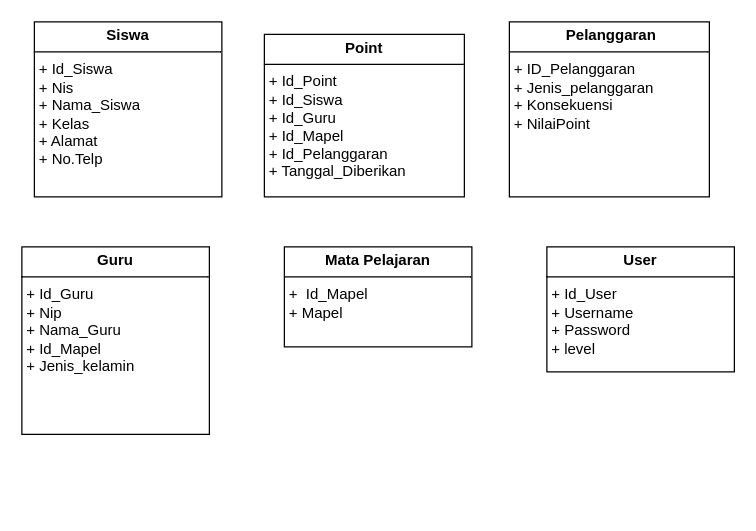
Earlier version of the draw.io diagram page "Halaman-3" (3 of 4) of Diagram Tanpa Judul.drawio (Rahadirahman21/Rahadirahman21.github.io). Source tidied: cells renumbered, new cells numbered last; positions are measured from the earlier drawing's top-left corner, leaving out a move shared by most shapes. Both pictures are drawn from the tidied source at 125%, with x=0, y=0 at pixel (21, 21).
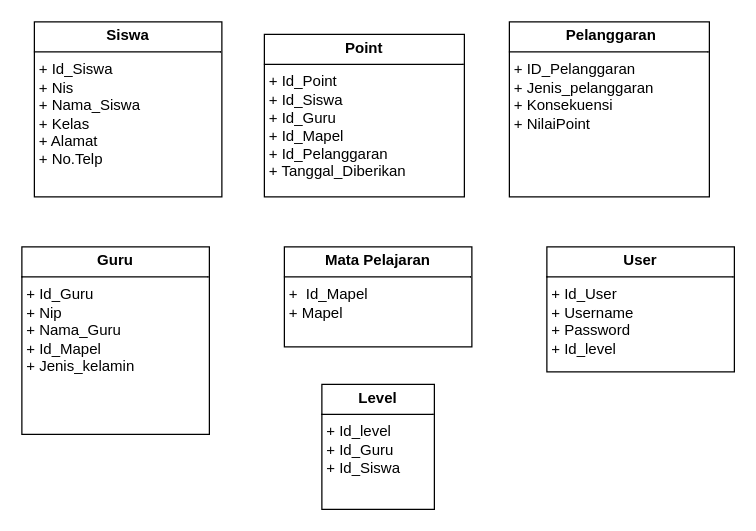
After the change.

The edit, as a diff of the source:
```diff
@@
 <mxGraphModel>
   <root>
     <mxCell id="0" />
     <mxCell id="1" parent="0" />
     <mxCell id="2" value="&lt;p style=&quot;margin:0px;margin-top:4px;text-align:center;&quot;&gt;&lt;b&gt;Siswa&lt;/b&gt;&lt;/p&gt;&lt;hr size=&quot;1&quot; style=&quot;border-style:solid;&quot;&gt;&lt;p style=&quot;margin:0px;margin-left:4px;&quot;&gt;+ Id_Siswa&amp;nbsp;&lt;/p&gt;&lt;p style=&quot;margin: 0px 0px 0px 4px;&quot;&gt;+ Nis&amp;nbsp;&lt;/p&gt;&lt;p style=&quot;margin:0px;margin-left:4px;&quot;&gt;+ Nama_Siswa&amp;nbsp;&lt;/p&gt;&lt;p style=&quot;margin:0px;margin-left:4px;&quot;&gt;&lt;span style=&quot;background-color: initial;&quot;&gt;+ Kelas&amp;nbsp;&lt;/span&gt;&lt;br&gt;&lt;/p&gt;&lt;p style=&quot;margin:0px;margin-left:4px;&quot;&gt;+ Alamat&amp;nbsp;&lt;/p&gt;&lt;p style=&quot;margin:0px;margin-left:4px;&quot;&gt;+ No.Telp&amp;nbsp;&lt;/p&gt;&lt;p style=&quot;margin:0px;margin-left:4px;&quot;&gt;&lt;br&gt;&lt;/p&gt;" style="verticalAlign=top;align=left;overflow=fill;html=1;whiteSpace=wrap;" parent="1" vertex="1">
       <mxGeometry x="10" width="150" height="140" as="geometry" />
     </mxCell>
     <mxCell id="3" value="&lt;p style=&quot;margin:0px;margin-top:4px;text-align:center;&quot;&gt;&lt;b&gt;Point&lt;/b&gt;&lt;/p&gt;&lt;hr size=&quot;1&quot; style=&quot;border-style:solid;&quot;&gt;&lt;p style=&quot;margin:0px;margin-left:4px;&quot;&gt;+ Id_Point&amp;nbsp;&lt;/p&gt;&lt;p style=&quot;margin:0px;margin-left:4px;&quot;&gt;+ Id_Siswa&amp;nbsp;&lt;/p&gt;&lt;p style=&quot;margin:0px;margin-left:4px;&quot;&gt;+ Id_Guru&amp;nbsp;&lt;/p&gt;&lt;p style=&quot;margin:0px;margin-left:4px;&quot;&gt;+ Id_Mapel&amp;nbsp;&lt;/p&gt;&lt;p style=&quot;margin:0px;margin-left:4px;&quot;&gt;+ Id_Pelanggaran&amp;nbsp;&lt;/p&gt;&lt;p style=&quot;margin:0px;margin-left:4px;&quot;&gt;+ Tanggal_Diberikan&amp;nbsp;&lt;br&gt;&lt;/p&gt;" style="verticalAlign=top;align=left;overflow=fill;html=1;whiteSpace=wrap;" parent="1" vertex="1">
       <mxGeometry x="194" y="10" width="160" height="130" as="geometry" />
     </mxCell>
     <mxCell id="4" value="&lt;p style=&quot;margin:0px;margin-top:4px;text-align:center;&quot;&gt;&lt;b&gt;Mata Pelajaran&lt;/b&gt;&lt;/p&gt;&lt;hr size=&quot;1&quot; style=&quot;border-style:solid;&quot;&gt;&lt;p style=&quot;margin:0px;margin-left:4px;&quot;&gt;+&amp;nbsp;&lt;span style=&quot;background-color: initial;&quot;&gt;&amp;nbsp;Id_Mapel&amp;nbsp;&lt;/span&gt;&lt;/p&gt;&lt;p style=&quot;margin:0px;margin-left:4px;&quot;&gt;+&amp;nbsp;Mapel&amp;nbsp;&lt;/p&gt;&lt;p style=&quot;margin:0px;margin-left:4px;&quot;&gt;&lt;br&gt;&lt;/p&gt;&lt;p style=&quot;margin:0px;margin-left:4px;&quot;&gt;&lt;br&gt;&lt;/p&gt;" style="verticalAlign=top;align=left;overflow=fill;html=1;whiteSpace=wrap;" parent="1" vertex="1">
       <mxGeometry x="210" y="180" width="150" height="80" as="geometry" />
     </mxCell>
     <mxCell id="5" value="&lt;p style=&quot;margin:0px;margin-top:4px;text-align:center;&quot;&gt;&lt;b&gt;Guru&lt;/b&gt;&lt;/p&gt;&lt;hr size=&quot;1&quot; style=&quot;border-style:solid;&quot;&gt;&lt;p style=&quot;margin:0px;margin-left:4px;&quot;&gt;+ Id_Guru&amp;nbsp;&lt;/p&gt;&lt;p style=&quot;margin:0px;margin-left:4px;&quot;&gt;&lt;span style=&quot;background-color: initial;&quot;&gt;+ Nip&amp;nbsp;&lt;/span&gt;&lt;/p&gt;&lt;p style=&quot;margin:0px;margin-left:4px;&quot;&gt;+ Nama_Guru&amp;nbsp;&lt;/p&gt;&lt;p style=&quot;margin:0px;margin-left:4px;&quot;&gt;&lt;span style=&quot;background-color: initial;&quot;&gt;+ Id_Mapel&amp;nbsp;&lt;/span&gt;&lt;br&gt;&lt;/p&gt;&lt;p style=&quot;margin:0px;margin-left:4px;&quot;&gt;+ Jenis_kelamin&amp;nbsp;&lt;/p&gt;" style="verticalAlign=top;align=left;overflow=fill;html=1;whiteSpace=wrap;" parent="1" vertex="1">
       <mxGeometry y="180" width="150" height="150" as="geometry" />
     </mxCell>
     <mxCell id="6" value="&lt;p style=&quot;margin:0px;margin-top:4px;text-align:center;&quot;&gt;&lt;b&gt;&amp;nbsp;Pelanggaran&lt;/b&gt;&lt;/p&gt;&lt;hr size=&quot;1&quot; style=&quot;border-style:solid;&quot;&gt;&lt;p style=&quot;margin:0px;margin-left:4px;&quot;&gt;&lt;span style=&quot;background-color: initial;&quot;&gt;+ ID_Pelanggaran&amp;nbsp;&lt;/span&gt;&lt;/p&gt;&lt;p style=&quot;margin:0px;margin-left:4px;&quot;&gt;&lt;span style=&quot;background-color: initial;&quot;&gt;+ Jenis_pelanggaran&amp;nbsp;&lt;/span&gt;&lt;br&gt;&lt;/p&gt;&lt;p style=&quot;margin:0px;margin-left:4px;&quot;&gt;+ Konsekuensi&amp;nbsp;&lt;/p&gt;&lt;p style=&quot;margin:0px;margin-left:4px;&quot;&gt;+ NilaiPoint&amp;nbsp;&lt;/p&gt;&lt;p style=&quot;margin:0px;margin-left:4px;&quot;&gt;&lt;br&gt;&lt;/p&gt;&lt;p style=&quot;margin:0px;margin-left:4px;&quot;&gt;&lt;br&gt;&lt;/p&gt;" style="verticalAlign=top;align=left;overflow=fill;html=1;whiteSpace=wrap;" parent="1" vertex="1">
       <mxGeometry x="390" width="160" height="140" as="geometry" />
     </mxCell>
-    <mxCell id="7" value="&lt;p style=&quot;margin:0px;margin-top:4px;text-align:center;&quot;&gt;&lt;b&gt;User&lt;/b&gt;&lt;/p&gt;&lt;hr size=&quot;1&quot; style=&quot;border-style:solid;&quot;&gt;&lt;p style=&quot;margin:0px;margin-left:4px;&quot;&gt;+ Id_User&amp;nbsp;&lt;/p&gt;&lt;p style=&quot;margin: 0px 0px 0px 4px;&quot;&gt;+ Username&lt;/p&gt;&lt;p style=&quot;margin:0px;margin-left:4px;&quot;&gt;+ Password&amp;nbsp;&lt;/p&gt;&lt;p style=&quot;margin:0px;margin-left:4px;&quot;&gt;+ level&amp;nbsp;&lt;/p&gt;&lt;p style=&quot;margin:0px;margin-left:4px;&quot;&gt;&lt;br&gt;&lt;/p&gt;" style="verticalAlign=top;align=left;overflow=fill;html=1;whiteSpace=wrap;" parent="1" vertex="1">
+    <mxCell id="7" value="&lt;p style=&quot;margin:0px;margin-top:4px;text-align:center;&quot;&gt;&lt;b&gt;User&lt;/b&gt;&lt;/p&gt;&lt;hr size=&quot;1&quot; style=&quot;border-style:solid;&quot;&gt;&lt;p style=&quot;margin:0px;margin-left:4px;&quot;&gt;+ Id_User&amp;nbsp;&lt;/p&gt;&lt;p style=&quot;margin: 0px 0px 0px 4px;&quot;&gt;+ Username&lt;/p&gt;&lt;p style=&quot;margin:0px;margin-left:4px;&quot;&gt;+ Password&amp;nbsp;&lt;/p&gt;&lt;p style=&quot;margin:0px;margin-left:4px;&quot;&gt;+ Id_level&amp;nbsp;&lt;/p&gt;&lt;p style=&quot;margin:0px;margin-left:4px;&quot;&gt;&lt;br&gt;&lt;/p&gt;" style="verticalAlign=top;align=left;overflow=fill;html=1;whiteSpace=wrap;" parent="1" vertex="1">
       <mxGeometry x="420" y="180" width="150" height="100" as="geometry" />
     </mxCell>
+    <mxCell id="8" value="&lt;p style=&quot;margin:0px;margin-top:4px;text-align:center;&quot;&gt;&lt;b&gt;Level&lt;/b&gt;&lt;/p&gt;&lt;hr size=&quot;1&quot; style=&quot;border-style:solid;&quot;&gt;&lt;p style=&quot;margin:0px;margin-left:4px;&quot;&gt;+ Id_level&amp;nbsp;&lt;/p&gt;&lt;p style=&quot;margin: 0px 0px 0px 4px;&quot;&gt;+ Id_Guru&lt;/p&gt;&lt;p style=&quot;margin:0px;margin-left:4px;&quot;&gt;+ Id_Siswa&amp;nbsp;&lt;/p&gt;&lt;p style=&quot;margin:0px;margin-left:4px;&quot;&gt;&lt;br&gt;&lt;/p&gt;&lt;p style=&quot;margin:0px;margin-left:4px;&quot;&gt;&lt;br&gt;&lt;/p&gt;" style="verticalAlign=top;align=left;overflow=fill;html=1;whiteSpace=wrap;" parent="1" vertex="1">
+      <mxGeometry x="240" y="290" width="90" height="100" as="geometry" />
+    </mxCell>
   </root>
 </mxGraphModel>
```
